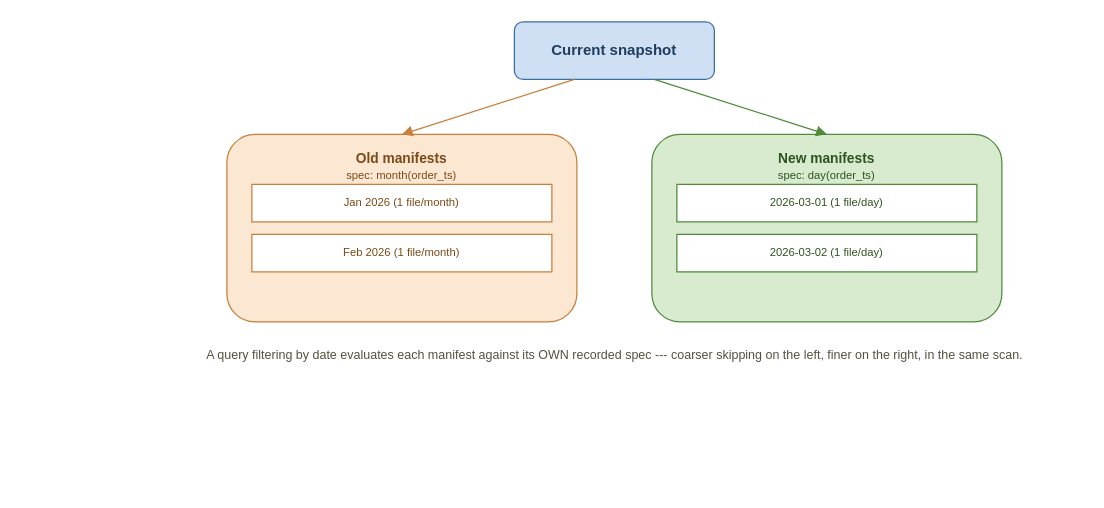
Earlier version of the draw.io diagram book/figures/partition-evolution.drawio (AlanPhan04/spark-101-to-pro). Source tidied: cells renumbered, new cells numbered last; positions are measured from the earlier drawing's top-left corner, leaving out a move shared by most shapes. Both pictures are drawn from the tidied source at 125%, with x=0, y=0 at pixel (226, 21).
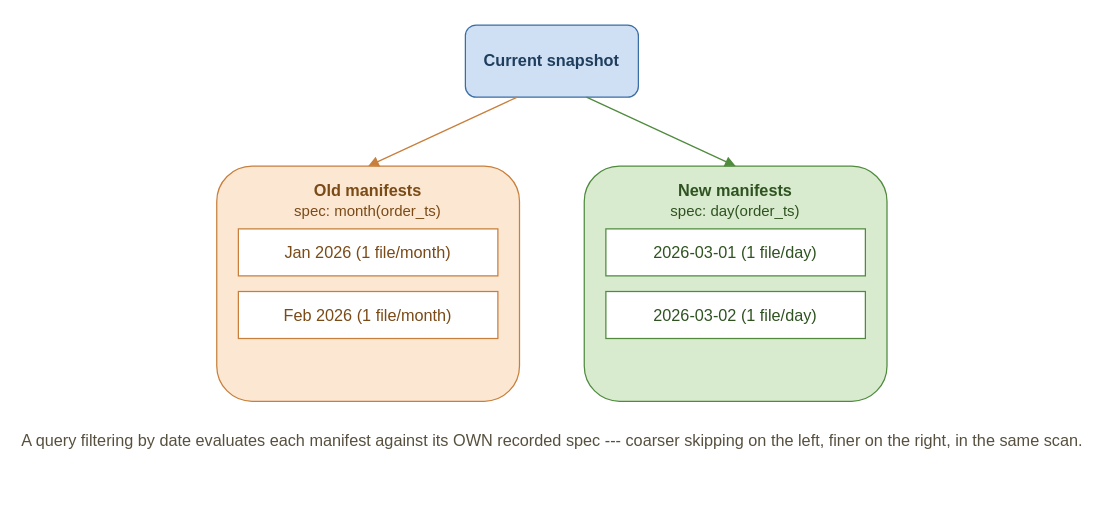
Above is the later version.

What changed in the source:
```diff
@@
 <mxGraphModel>
   <root>
     <mxCell id="0" />
     <mxCell id="1" parent="0" />
-    <mxCell id="2" value="&lt;b&gt;Current snapshot&lt;/b&gt;" style="rounded=1;whiteSpace=wrap;html=1;fillColor=#cfe0f4;strokeColor=#3b6ea5;fontSize=12;fontColor=#1f3d5c;" parent="1" vertex="1">
-      <mxGeometry x="230" width="160" height="46" as="geometry" />
+    <mxCell id="2" value="&lt;b&gt;Current snapshot&lt;/b&gt;" style="rounded=1;whiteSpace=wrap;html=1;fillColor=#cfe0f4;strokeColor=#3b6ea5;fontSize=13;fontColor=#1f3d5c;" parent="1" vertex="1">
+      <mxGeometry x="190.8" y="2.5" width="138.4" height="57.7" as="geometry" />
     </mxCell>
-    <mxCell id="3" value="&lt;b&gt;Old manifests&lt;/b&gt;&lt;br&gt;&lt;span style=&quot;font-size:9px&quot;&gt;spec: month(order_ts)&lt;/span&gt;" style="rounded=1;whiteSpace=wrap;html=1;fillColor=#fce7d2;strokeColor=#c77f3b;fontSize=11;fontColor=#7a4a17;verticalAlign=top;spacingTop=6;" parent="1" vertex="1">
-      <mxGeometry y="90" width="280" height="150" as="geometry" />
+    <mxCell id="3" value="&lt;b&gt;Old manifests&lt;/b&gt;&lt;br&gt;&lt;span style=&quot;font-size:12px&quot;&gt;spec: month(order_ts)&lt;/span&gt;" style="rounded=1;whiteSpace=wrap;html=1;fillColor=#fce7d2;strokeColor=#c77f3b;fontSize=13;fontColor=#7a4a17;verticalAlign=top;spacingTop=6;" parent="1" vertex="1">
+      <mxGeometry x="-8.1" y="115.4" width="242.2" height="188.1" as="geometry" />
     </mxCell>
-    <mxCell id="4" value="Jan 2026 (1 file/month)" style="rounded=0;whiteSpace=wrap;html=1;fillColor=#ffffff;strokeColor=#c77f3b;fontSize=9;fontColor=#7a4a17;" parent="1" vertex="1">
-      <mxGeometry x="20" y="130" width="240" height="30" as="geometry" />
+    <mxCell id="4" value="Jan 2026 (1 file/month)" style="rounded=0;whiteSpace=wrap;html=1;fillColor=#ffffff;strokeColor=#c77f3b;fontSize=13;fontColor=#7a4a17;" parent="1" vertex="1">
+      <mxGeometry x="9.2" y="165.6" width="207.6" height="37.6" as="geometry" />
     </mxCell>
-    <mxCell id="5" value="Feb 2026 (1 file/month)" style="rounded=0;whiteSpace=wrap;html=1;fillColor=#ffffff;strokeColor=#c77f3b;fontSize=9;fontColor=#7a4a17;" parent="1" vertex="1">
-      <mxGeometry x="20" y="170" width="240" height="30" as="geometry" />
+    <mxCell id="5" value="Feb 2026 (1 file/month)" style="rounded=0;whiteSpace=wrap;html=1;fillColor=#ffffff;strokeColor=#c77f3b;fontSize=13;fontColor=#7a4a17;" parent="1" vertex="1">
+      <mxGeometry x="9.2" y="215.7" width="207.6" height="37.6" as="geometry" />
     </mxCell>
-    <mxCell id="6" value="&lt;b&gt;New manifests&lt;/b&gt;&lt;br&gt;&lt;span style=&quot;font-size:9px&quot;&gt;spec: day(order_ts)&lt;/span&gt;" style="rounded=1;whiteSpace=wrap;html=1;fillColor=#d8ebcf;strokeColor=#4f8a3d;fontSize=11;fontColor=#2f5320;verticalAlign=top;spacingTop=6;" parent="1" vertex="1">
-      <mxGeometry x="340" y="90" width="280" height="150" as="geometry" />
+    <mxCell id="6" value="&lt;b&gt;New manifests&lt;/b&gt;&lt;br&gt;&lt;span style=&quot;font-size:12px&quot;&gt;spec: day(order_ts)&lt;/span&gt;" style="rounded=1;whiteSpace=wrap;html=1;fillColor=#d8ebcf;strokeColor=#4f8a3d;fontSize=13;fontColor=#2f5320;verticalAlign=top;spacingTop=6;" parent="1" vertex="1">
+      <mxGeometry x="285.9" y="115.4" width="242.2" height="188.1" as="geometry" />
     </mxCell>
-    <mxCell id="7" value="2026-03-01 (1 file/day)" style="rounded=0;whiteSpace=wrap;html=1;fillColor=#ffffff;strokeColor=#4f8a3d;fontSize=9;fontColor=#2f5320;" parent="1" vertex="1">
-      <mxGeometry x="360" y="130" width="240" height="30" as="geometry" />
+    <mxCell id="7" value="2026-03-01 (1 file/day)" style="rounded=0;whiteSpace=wrap;html=1;fillColor=#ffffff;strokeColor=#4f8a3d;fontSize=13;fontColor=#2f5320;" parent="1" vertex="1">
+      <mxGeometry x="303.2" y="165.6" width="207.6" height="37.6" as="geometry" />
     </mxCell>
-    <mxCell id="8" value="2026-03-02 (1 file/day)" style="rounded=0;whiteSpace=wrap;html=1;fillColor=#ffffff;strokeColor=#4f8a3d;fontSize=9;fontColor=#2f5320;" parent="1" vertex="1">
-      <mxGeometry x="360" y="170" width="240" height="30" as="geometry" />
+    <mxCell id="8" value="2026-03-02 (1 file/day)" style="rounded=0;whiteSpace=wrap;html=1;fillColor=#ffffff;strokeColor=#4f8a3d;fontSize=13;fontColor=#2f5320;" parent="1" vertex="1">
+      <mxGeometry x="303.2" y="215.7" width="207.6" height="37.6" as="geometry" />
     </mxCell>
     <mxCell id="9" style="edges=1;html=1;endArrow=block;strokeColor=#c77f3b;exitX=0.3;exitY=1;entryX=0.5;entryY=0;" parent="1" edge="1" source="2" target="3">
       <mxGeometry relative="1" as="geometry" />
     </mxCell>
     <mxCell id="10" style="edges=1;html=1;endArrow=block;strokeColor=#4f8a3d;exitX=0.7;exitY=1;entryX=0.5;entryY=0;" parent="1" edge="1" source="2" target="6">
       <mxGeometry relative="1" as="geometry" />
     </mxCell>
-    <mxCell id="11" value="A query filtering by date evaluates each manifest against its OWN recorded spec --- coarser skipping on the left, finer on the right, in the same scan." style="text;html=1;align=center;fontSize=10;fontColor=#57503f;" parent="1" vertex="1">
-      <mxGeometry y="254" width="620" height="40" as="geometry" />
+    <mxCell id="11" value="A query filtering by date evaluates each manifest against its OWN recorded spec --- coarser skipping on the left, finer on the right, in the same scan." style="text;html=1;align=center;fontSize=13;fontColor=#57503f;" parent="1" vertex="1">
+      <mxGeometry x="-8.1" y="321.1" width="536.2" height="50.2" as="geometry" />
     </mxCell>
   </root>
 </mxGraphModel>
```
